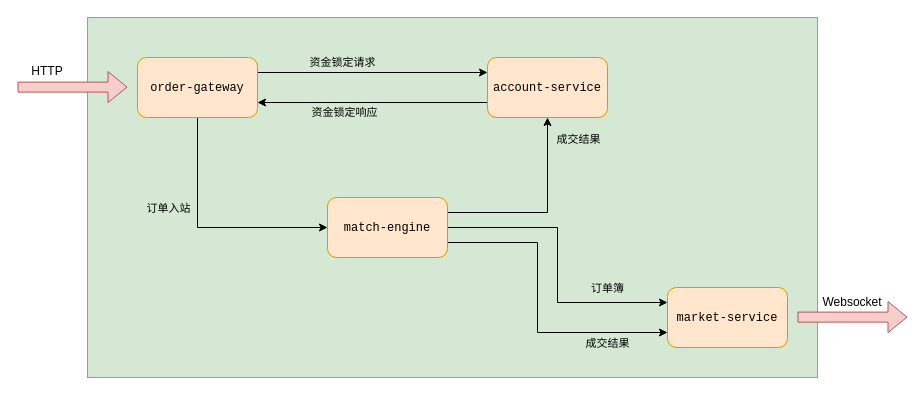
This is flow.drawio from kyleexu/peanuts, a draw.io file, before an edit. Source tidied: cells renumbered, new cells numbered last; positions are measured from the earlier drawing's top-left corner, leaving out a move shared by most shapes. Both pictures are drawn from the tidied source at 100%, with x=0, y=0 at pixel (17, 17).
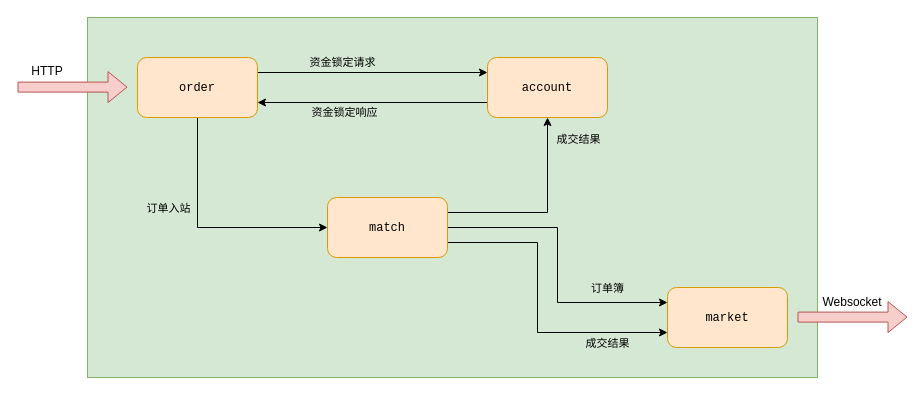
After the change.

Change to the diagram source:
```diff
@@
-    <mxCell id="7" value="&lt;table&gt;&lt;tbody&gt;&lt;tr&gt;&lt;td rowspan=&quot;1&quot; colspan=&quot;1&quot;&gt;&lt;p&gt;&lt;code&gt;order-gateway&lt;/code&gt;&lt;/p&gt;&lt;/td&gt;&lt;/tr&gt;&lt;/tbody&gt;&lt;/table&gt;" style="rounded=1;whiteSpace=wrap;html=1;fillColor=#ffe6cc;strokeColor=#d79b00;" parent="1" vertex="1">
+    <mxCell id="7" value="&lt;table&gt;&lt;tbody&gt;&lt;tr&gt;&lt;td rowspan=&quot;1&quot; colspan=&quot;1&quot;&gt;&lt;p&gt;&lt;code&gt;order&lt;/code&gt;&lt;/p&gt;&lt;/td&gt;&lt;/tr&gt;&lt;/tbody&gt;&lt;/table&gt;" style="rounded=1;whiteSpace=wrap;html=1;fillColor=#ffe6cc;strokeColor=#d79b00;" parent="1" vertex="1">
       <mxGeometry x="120" y="40" width="120" height="60" as="geometry" />
     </mxCell>
@@
-    <mxCell id="10" value="&lt;table&gt;&lt;tbody&gt;&lt;tr&gt;&lt;td rowspan=&quot;1&quot; colspan=&quot;1&quot;&gt;&lt;p&gt;&lt;code&gt;account-service&lt;/code&gt;&lt;/p&gt;&lt;/td&gt;&lt;/tr&gt;&lt;/tbody&gt;&lt;/table&gt;" style="rounded=1;whiteSpace=wrap;html=1;fillColor=#ffe6cc;strokeColor=#d79b00;" parent="1" vertex="1">
+    <mxCell id="10" value="&lt;table&gt;&lt;tbody&gt;&lt;tr&gt;&lt;td rowspan=&quot;1&quot; colspan=&quot;1&quot;&gt;&lt;p&gt;&lt;code&gt;account&lt;/code&gt;&lt;/p&gt;&lt;/td&gt;&lt;/tr&gt;&lt;/tbody&gt;&lt;/table&gt;" style="rounded=1;whiteSpace=wrap;html=1;fillColor=#ffe6cc;strokeColor=#d79b00;" parent="1" vertex="1">
       <mxGeometry x="470" y="40" width="120" height="60" as="geometry" />
     </mxCell>
@@
-    <mxCell id="17" value="&lt;table&gt;&lt;tbody&gt;&lt;tr&gt;&lt;td rowspan=&quot;1&quot; colspan=&quot;1&quot;&gt;&lt;p&gt;&lt;code&gt;match-engine&lt;/code&gt;&lt;/p&gt;&lt;/td&gt;&lt;/tr&gt;&lt;/tbody&gt;&lt;/table&gt;" style="rounded=1;whiteSpace=wrap;html=1;fillColor=#ffe6cc;strokeColor=#d79b00;" parent="1" vertex="1">
+    <mxCell id="17" value="&lt;table&gt;&lt;tbody&gt;&lt;tr&gt;&lt;td rowspan=&quot;1&quot; colspan=&quot;1&quot;&gt;&lt;p&gt;&lt;code&gt;match&lt;/code&gt;&lt;/p&gt;&lt;/td&gt;&lt;/tr&gt;&lt;/tbody&gt;&lt;/table&gt;" style="rounded=1;whiteSpace=wrap;html=1;fillColor=#ffe6cc;strokeColor=#d79b00;" parent="1" vertex="1">
       <mxGeometry x="310" y="180" width="120" height="60" as="geometry" />
     </mxCell>
-    <mxCell id="18" value="&lt;table&gt;&lt;tbody&gt;&lt;tr&gt;&lt;td rowspan=&quot;1&quot; colspan=&quot;1&quot;&gt;&lt;p&gt;&lt;code&gt;market-service&lt;/code&gt;&lt;/p&gt;&lt;/td&gt;&lt;/tr&gt;&lt;/tbody&gt;&lt;/table&gt;" style="rounded=1;whiteSpace=wrap;html=1;fillColor=#ffe6cc;strokeColor=#d79b00;" parent="1" vertex="1">
+    <mxCell id="18" value="&lt;table&gt;&lt;tbody&gt;&lt;tr&gt;&lt;td rowspan=&quot;1&quot; colspan=&quot;1&quot;&gt;&lt;p&gt;&lt;code&gt;market&lt;/code&gt;&lt;/p&gt;&lt;/td&gt;&lt;/tr&gt;&lt;/tbody&gt;&lt;/table&gt;" style="rounded=1;whiteSpace=wrap;html=1;fillColor=#ffe6cc;strokeColor=#d79b00;" parent="1" vertex="1">
       <mxGeometry x="650" y="270" width="120" height="60" as="geometry" />
     </mxCell>
```
